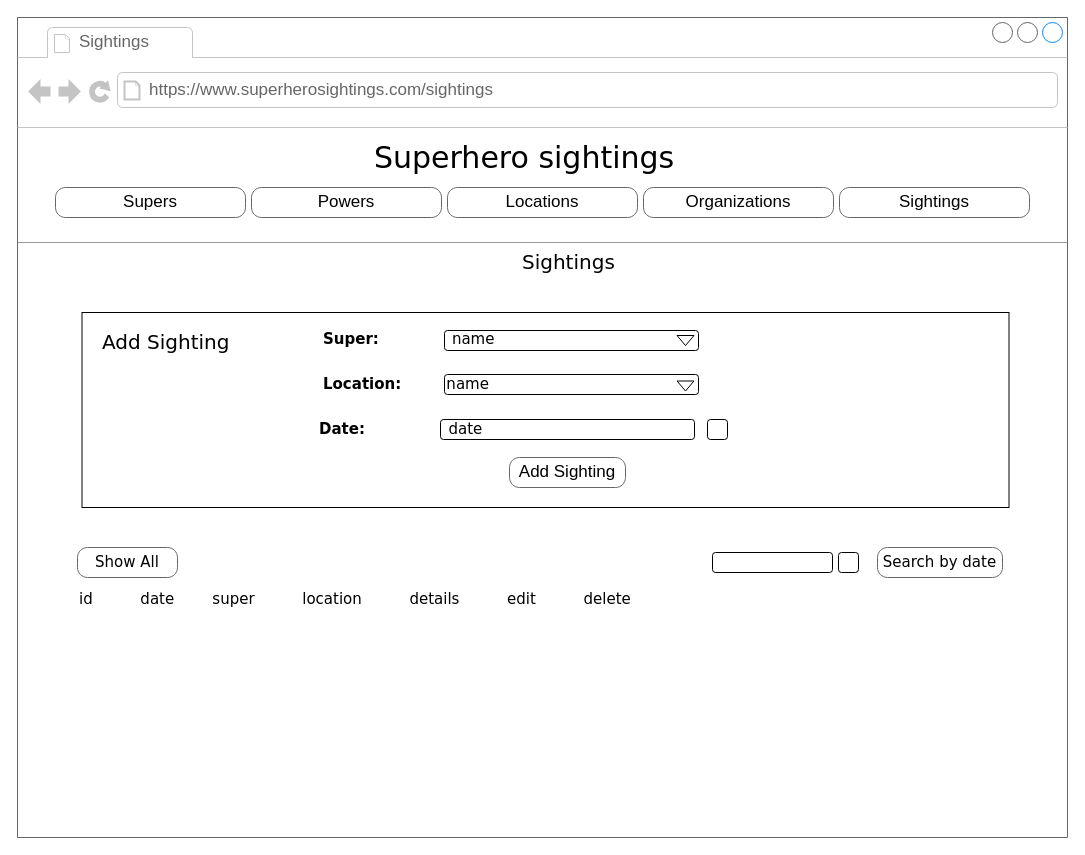
The-Software-Guild/superhero-sightings-cindyokino keeps this draw.io diagram as superherosighting-wireframes/wireframe_06_list_sightings.drawio. Above is the earlier version. Source tidied: cells renumbered, new cells numbered last; positions are measured from the earlier drawing's top-left corner, leaving out a move shared by most shapes. Both pictures are drawn from the tidied source at 100%, with x=0, y=0 at pixel (17, 17).
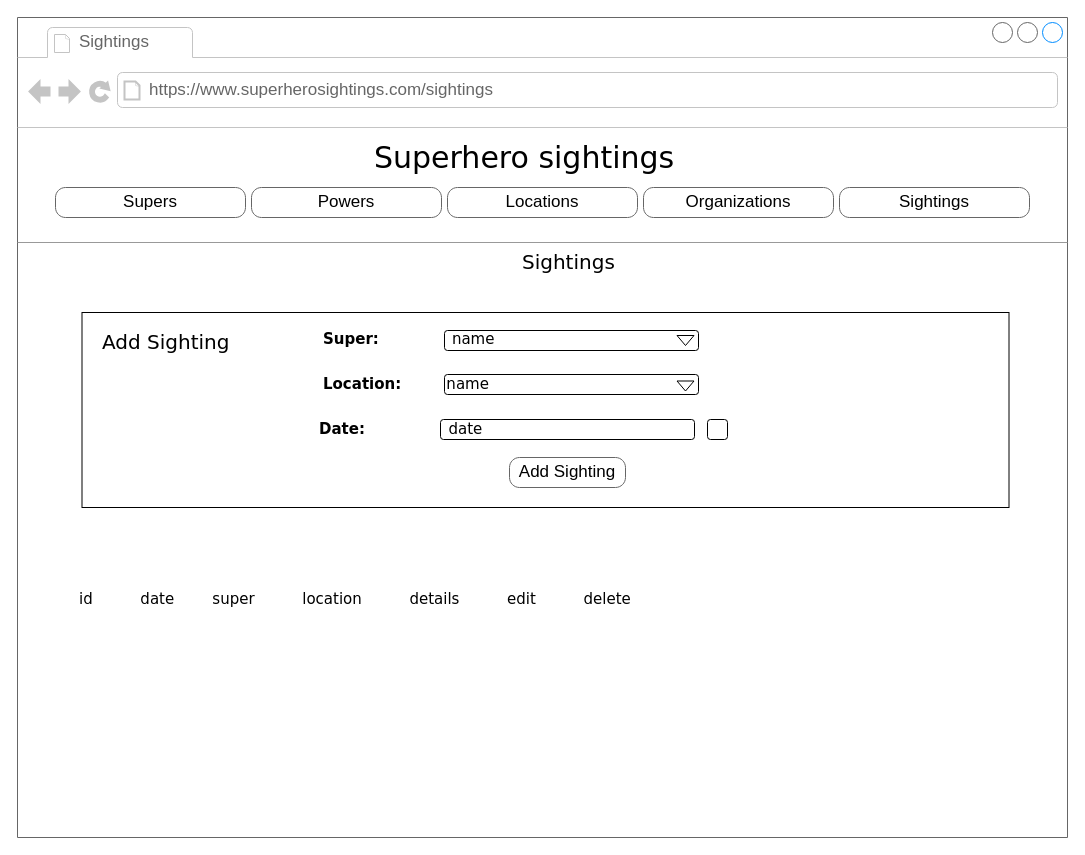
The same page after the edit.

The change refers to these unchanged cells:
```xml
<mxCell id="2" style="strokeWidth=1;shadow=0;dashed=0;align=center;html=1;shape=mxgraph.mockup.containers.browserWindow;rSize=0;strokeColor=#666666;mainText=,;rounded=0;labelBackgroundColor=none;fontFamily=Verdana;fontSize=12;" parent="1" vertex="1">
  <mxGeometry width="1050" height="820" as="geometry" />
</mxCell>
```

The edit, as a diff of the source:
```diff
@@
-    <mxCell id="17" value="&lt;span style=&quot;font-family: &amp;#34;verdana&amp;#34; ; font-size: 15px ; text-align: left&quot;&gt;Search by date&lt;/span&gt;" style="strokeWidth=1;shadow=0;dashed=0;align=center;html=1;shape=mxgraph.mockup.buttons.button;strokeColor=#666666;mainText=;buttonStyle=round;fontSize=17;fontStyle=0;fillColor=none;whiteSpace=wrap;rounded=0;labelBackgroundColor=none;" parent="2" vertex="1">
-      <mxGeometry x="860" y="530" width="125" height="30" as="geometry" />
-    </mxCell>
-    <mxCell id="18" style="rounded=1;whiteSpace=wrap;html=1;fillColor=none;" parent="2" vertex="1">
-      <mxGeometry x="695" y="535" width="120" height="20" as="geometry" />
-    </mxCell>
-    <mxCell id="19" style="rounded=1;whiteSpace=wrap;html=1;glass=0;fillColor=none;" parent="2" vertex="1">
-      <mxGeometry x="821" y="535" width="20" height="20" as="geometry" />
-    </mxCell>
-    <mxCell id="20" value="&lt;span style=&quot;font-family: &amp;#34;verdana&amp;#34; ; font-size: 15px ; text-align: left&quot;&gt;Show All&lt;/span&gt;" style="strokeWidth=1;shadow=0;dashed=0;align=center;html=1;shape=mxgraph.mockup.buttons.button;strokeColor=#666666;mainText=;buttonStyle=round;fontSize=17;fontStyle=0;fillColor=none;whiteSpace=wrap;rounded=0;labelBackgroundColor=none;" parent="2" vertex="1">
-      <mxGeometry x="60" y="530" width="100" height="30" as="geometry" />
-    </mxCell>
```
